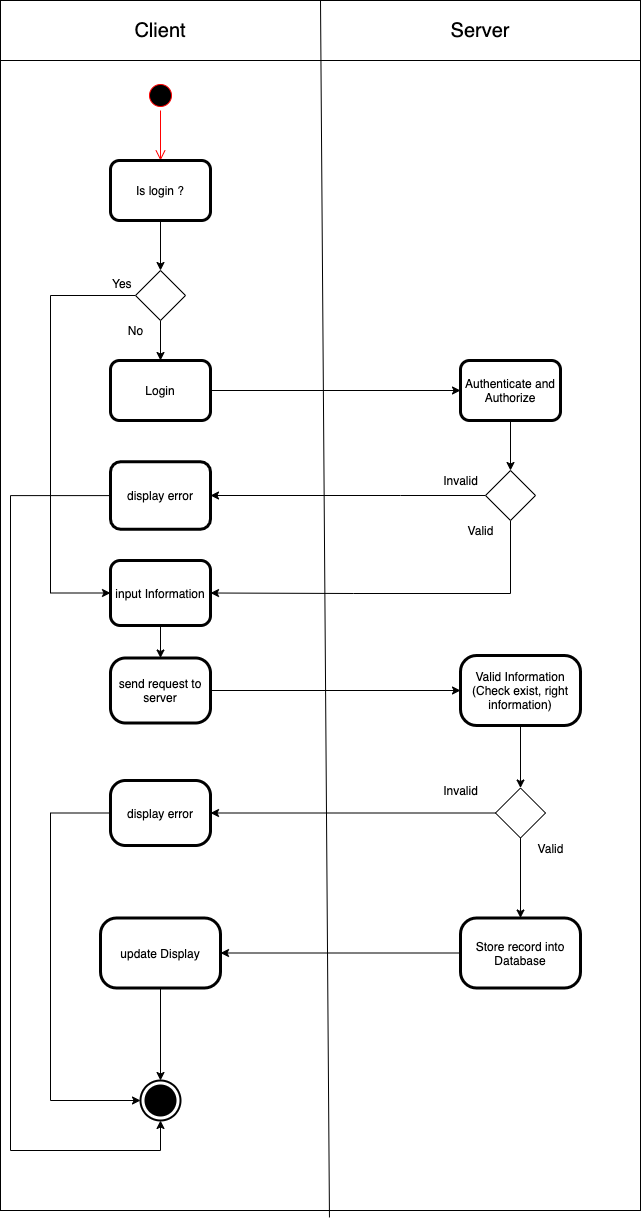
The draw.io diagram org_chart_activity_create.png in 1552134/org_chart_diagram, before a commit. Source tidied: cells renumbered, new cells last; positions are measured from the earlier drawing's top-left corner, leaving out a move shared by most shapes. Its diagram source:
```xml
<mxGraphModel>
  <root>
    <mxCell id="0" />
    <mxCell id="1" parent="0" />
    <mxCell id="2" style="html=1;dashed=0;whitespace=wrap;" parent="1" vertex="1">
      <mxGeometry y="60" width="640" height="1150" as="geometry" />
    </mxCell>
    <mxCell id="3" style="ellipse;html=1;shape=startState;fillColor=#000000;strokeColor=#ff0000;" parent="1" vertex="1">
      <mxGeometry x="145" y="80" width="30" height="30" as="geometry" />
    </mxCell>
    <mxCell id="4" style="edgeStyle=orthogonalEdgeStyle;html=1;verticalAlign=bottom;endArrow=open;endSize=8;strokeColor=#ff0000;entryX=0.5;entryY=0;entryDx=0;entryDy=0;" parent="1" edge="1" source="3" target="6">
      <mxGeometry relative="1" as="geometry" />
    </mxCell>
    <mxCell id="5" style="edgeStyle=orthogonalEdgeStyle;rounded=0;jettySize=auto;html=1;entryX=0.5;entryY=0;entryDx=0;entryDy=0;" parent="1" edge="1" source="6" target="11">
      <mxGeometry relative="1" as="geometry" />
    </mxCell>
    <mxCell id="6" value="Is login ?" style="shape=ext;rounded=1;html=1;whiteSpace=wrap;strokeWidth=3;" parent="1" vertex="1">
      <mxGeometry x="110" y="160" width="100" height="60" as="geometry" />
    </mxCell>
    <mxCell id="7" style="edgeStyle=orthogonalEdgeStyle;rounded=0;jettySize=auto;html=1;entryX=0.5;entryY=1;entryDx=0;entryDy=0;entryPerimeter=0;" parent="1" edge="1" source="8" target="32">
      <mxGeometry relative="1" as="geometry">
        <Array as="points">
          <mxPoint x="10" y="495" />
          <mxPoint x="10" y="1150" />
          <mxPoint x="160" y="1150" />
        </Array>
      </mxGeometry>
    </mxCell>
    <mxCell id="8" value="display error" style="shape=ext;rounded=1;html=1;whiteSpace=wrap;strokeWidth=3;" parent="1" vertex="1">
      <mxGeometry x="110" y="461.2" width="100" height="67.5" as="geometry" />
    </mxCell>
    <mxCell id="9" style="edgeStyle=orthogonalEdgeStyle;rounded=0;jettySize=auto;html=1;entryX=0.5;entryY=0;entryDx=0;entryDy=0;" parent="1" edge="1" source="11" target="13">
      <mxGeometry relative="1" as="geometry" />
    </mxCell>
    <mxCell id="10" style="edgeStyle=orthogonalEdgeStyle;rounded=0;jettySize=auto;html=1;entryX=0;entryY=0.5;entryDx=0;entryDy=0;" parent="1" edge="1" source="11" target="31">
      <mxGeometry relative="1" as="geometry">
        <Array as="points">
          <mxPoint x="50" y="295" />
          <mxPoint x="50" y="593" />
        </Array>
      </mxGeometry>
    </mxCell>
    <mxCell id="11" style="rhombus;whiteSpace=wrap;html=1;" parent="1" vertex="1">
      <mxGeometry x="135" y="270" width="50" height="50" as="geometry" />
    </mxCell>
    <mxCell id="12" style="edgeStyle=orthogonalEdgeStyle;rounded=0;jettySize=auto;html=1;" parent="1" edge="1" source="13" target="15">
      <mxGeometry relative="1" as="geometry" />
    </mxCell>
    <mxCell id="13" value="Login" style="shape=ext;rounded=1;html=1;whiteSpace=wrap;strokeWidth=3;" parent="1" vertex="1">
      <mxGeometry x="110" y="360" width="100" height="60" as="geometry" />
    </mxCell>
    <mxCell id="14" style="edgeStyle=orthogonalEdgeStyle;rounded=0;jettySize=auto;html=1;entryX=0.5;entryY=0;entryDx=0;entryDy=0;" parent="1" edge="1" source="15" target="18">
      <mxGeometry relative="1" as="geometry" />
    </mxCell>
    <mxCell id="15" value="Authenticate and Authorize" style="shape=ext;rounded=1;html=1;whiteSpace=wrap;strokeWidth=3;" parent="1" vertex="1">
      <mxGeometry x="460" y="360" width="100" height="60" as="geometry" />
    </mxCell>
    <mxCell id="16" style="edgeStyle=orthogonalEdgeStyle;rounded=0;jettySize=auto;html=1;entryX=1;entryY=0.5;entryDx=0;entryDy=0;" parent="1" edge="1" source="18" target="8">
      <mxGeometry relative="1" as="geometry">
        <Array as="points">
          <mxPoint x="400" y="495" />
          <mxPoint x="400" y="495" />
        </Array>
      </mxGeometry>
    </mxCell>
    <mxCell id="17" style="edgeStyle=orthogonalEdgeStyle;rounded=0;jettySize=auto;html=1;entryX=1;entryY=0.5;entryDx=0;entryDy=0;" parent="1" edge="1" source="18" target="31">
      <mxGeometry relative="1" as="geometry">
        <Array as="points">
          <mxPoint x="510" y="593" />
          <mxPoint x="353" y="593" />
        </Array>
      </mxGeometry>
    </mxCell>
    <mxCell id="18" style="rhombus;whiteSpace=wrap;html=1;" parent="1" vertex="1">
      <mxGeometry x="485" y="470" width="50" height="50" as="geometry" />
    </mxCell>
    <mxCell id="19" style="edgeStyle=orthogonalEdgeStyle;rounded=0;jettySize=auto;html=1;entryX=0;entryY=0.5;entryDx=0;entryDy=0;" parent="1" edge="1" source="20" target="22">
      <mxGeometry relative="1" as="geometry" />
    </mxCell>
    <mxCell id="20" value="send request to server" style="shape=ext;rounded=1;html=1;whiteSpace=wrap;strokeWidth=3;arcSize=23;" parent="1" vertex="1">
      <mxGeometry x="110" y="657.5" width="100" height="65" as="geometry" />
    </mxCell>
    <mxCell id="21" style="edgeStyle=orthogonalEdgeStyle;rounded=0;jettySize=auto;html=1;entryX=0.5;entryY=0;entryDx=0;entryDy=0;" parent="1" edge="1" source="22" target="25">
      <mxGeometry relative="1" as="geometry" />
    </mxCell>
    <mxCell id="22" value="Valid Information&lt;br&gt;(Check exist, right information)" style="shape=ext;rounded=1;html=1;whiteSpace=wrap;strokeWidth=3;arcSize=23;" parent="1" vertex="1">
      <mxGeometry x="460" y="655" width="120" height="70" as="geometry" />
    </mxCell>
    <mxCell id="23" style="edgeStyle=orthogonalEdgeStyle;rounded=0;jettySize=auto;html=1;entryX=1;entryY=0.5;entryDx=0;entryDy=0;" parent="1" edge="1" source="25" target="27">
      <mxGeometry relative="1" as="geometry" />
    </mxCell>
    <mxCell id="24" style="edgeStyle=orthogonalEdgeStyle;rounded=0;jettySize=auto;html=1;entryX=0.5;entryY=0;entryDx=0;entryDy=0;" parent="1" edge="1" source="25" target="29">
      <mxGeometry relative="1" as="geometry" />
    </mxCell>
    <mxCell id="25" style="rhombus;whiteSpace=wrap;html=1;" parent="1" vertex="1">
      <mxGeometry x="495" y="787.5" width="50" height="50" as="geometry" />
    </mxCell>
    <mxCell id="26" style="edgeStyle=orthogonalEdgeStyle;rounded=0;jettySize=auto;html=1;entryX=0;entryY=0.5;entryDx=0;entryDy=0;entryPerimeter=0;" parent="1" edge="1" source="27" target="32">
      <mxGeometry relative="1" as="geometry">
        <Array as="points">
          <mxPoint x="50" y="813" />
          <mxPoint x="50" y="1100" />
        </Array>
      </mxGeometry>
    </mxCell>
    <mxCell id="27" value="display error" style="shape=ext;rounded=1;html=1;whiteSpace=wrap;strokeWidth=3;arcSize=23;" parent="1" vertex="1">
      <mxGeometry x="110" y="780" width="100" height="65" as="geometry" />
    </mxCell>
    <mxCell id="28" style="edgeStyle=orthogonalEdgeStyle;rounded=0;jettySize=auto;html=1;entryX=1;entryY=0.5;entryDx=0;entryDy=0;" parent="1" edge="1" source="29" target="34">
      <mxGeometry relative="1" as="geometry" />
    </mxCell>
    <mxCell id="29" value="Store record into Database" style="shape=ext;rounded=1;html=1;whiteSpace=wrap;strokeWidth=3;arcSize=23;" parent="1" vertex="1">
      <mxGeometry x="460" y="917.5" width="120" height="70" as="geometry" />
    </mxCell>
    <mxCell id="30" style="edgeStyle=orthogonalEdgeStyle;rounded=0;jettySize=auto;html=1;entryX=0.5;entryY=0;entryDx=0;entryDy=0;" parent="1" edge="1" source="31" target="20">
      <mxGeometry relative="1" as="geometry" />
    </mxCell>
    <mxCell id="31" value="input Information" style="shape=ext;rounded=1;html=1;whiteSpace=wrap;strokeWidth=3;" parent="1" vertex="1">
      <mxGeometry x="110" y="560" width="100" height="65" as="geometry" />
    </mxCell>
    <mxCell id="32" style="html=1;shape=mxgraph.sysml.actFinal;strokeWidth=2;verticalLabelPosition=bottom;verticalAlignment=top;" parent="1" vertex="1">
      <mxGeometry x="140" y="1080" width="40" height="40" as="geometry" />
    </mxCell>
    <mxCell id="33" style="edgeStyle=orthogonalEdgeStyle;rounded=0;jettySize=auto;html=1;entryX=0.5;entryY=0;entryDx=0;entryDy=0;entryPerimeter=0;" parent="1" edge="1" source="34" target="32">
      <mxGeometry relative="1" as="geometry" />
    </mxCell>
    <mxCell id="34" value="update Display" style="shape=ext;rounded=1;html=1;whiteSpace=wrap;strokeWidth=3;arcSize=23;" parent="1" vertex="1">
      <mxGeometry x="100" y="917.5" width="120" height="70" as="geometry" />
    </mxCell>
    <mxCell id="35" value="Invalid" style="text;html=1;align=center;verticalAlign=middle;" parent="1" vertex="1">
      <mxGeometry x="435" y="470" width="50" height="20" as="geometry" />
    </mxCell>
    <mxCell id="36" value="Valid" style="text;html=1;align=center;verticalAlign=middle;" parent="1" vertex="1">
      <mxGeometry x="460" y="520" width="40" height="20" as="geometry" />
    </mxCell>
    <mxCell id="37" value="Valid" style="text;html=1;align=center;verticalAlign=middle;" parent="1" vertex="1">
      <mxGeometry x="530" y="837.5" width="40" height="20" as="geometry" />
    </mxCell>
    <mxCell id="38" value="Invalid" style="text;html=1;align=center;verticalAlign=middle;" parent="1" vertex="1">
      <mxGeometry x="435" y="780" width="50" height="20" as="geometry" />
    </mxCell>
    <mxCell id="39" value="No" style="text;html=1;align=center;verticalAlign=middle;" parent="1" vertex="1">
      <mxGeometry x="120" y="320" width="30" height="20" as="geometry" />
    </mxCell>
    <mxCell id="40" value="&lt;div style=&quot;text-align: center&quot;&gt;&lt;span&gt;&lt;font face=&quot;helvetica&quot;&gt;Yes&lt;/font&gt;&lt;/span&gt;&lt;/div&gt;" style="text;whiteSpace=wrap;html=1;" parent="1" vertex="1">
      <mxGeometry x="110" y="270" width="40" height="30" as="geometry" />
    </mxCell>
    <mxCell id="41" style="rounded=0;whiteSpace=wrap;html=1;" parent="1" vertex="1">
      <mxGeometry width="640" height="60" as="geometry" />
    </mxCell>
    <mxCell id="42" style="endArrow=none;html=1;entryX=0.5;entryY=0;entryDx=0;entryDy=0;exitX=0.514;exitY=1.006;exitDx=0;exitDy=0;exitPerimeter=0;" parent="1" edge="1" source="2" target="41">
      <mxGeometry relative="1" as="geometry" />
    </mxCell>
    <mxCell id="43" value="&lt;font style=&quot;font-size: 20px&quot;&gt;Client&lt;/font&gt;" style="text;html=1;strokeColor=none;fillColor=none;align=center;verticalAlign=middle;whiteSpace=wrap;rounded=0;strokeWidth=1;" parent="1" vertex="1">
      <mxGeometry x="95" y="20" width="130" height="20" as="geometry" />
    </mxCell>
    <mxCell id="44" value="&lt;font style=&quot;font-size: 20px&quot;&gt;Server&lt;/font&gt;" style="text;html=1;strokeColor=none;fillColor=none;align=center;verticalAlign=middle;whiteSpace=wrap;rounded=0;strokeWidth=1;" parent="1" vertex="1">
      <mxGeometry x="415" y="20" width="130" height="20" as="geometry" />
    </mxCell>
  </root>
</mxGraphModel>
```
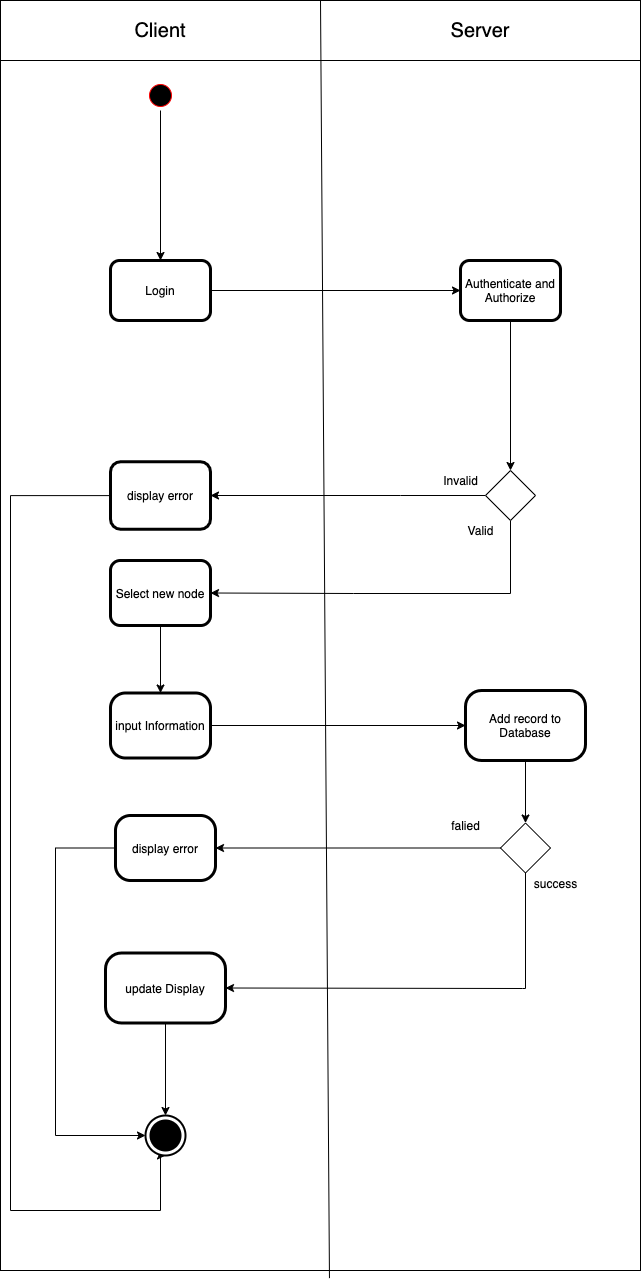
The same file after the commit.

Commit message:
org_chart_v2

The edit, as a diff of the source:
```diff
@@ -3,57 +3,38 @@
     <mxCell id="0" />
     <mxCell id="1" parent="0" />
     <mxCell id="2" style="html=1;dashed=0;whitespace=wrap;" parent="1" vertex="1">
-      <mxGeometry y="60" width="640" height="1150" as="geometry" />
+      <mxGeometry width="640" height="1270" as="geometry" />
     </mxCell>
+    <mxCell id="45" style="edgeStyle=orthogonalEdgeStyle;rounded=0;jettySize=auto;html=1;entryX=0.5;entryY=0;entryDx=0;entryDy=0;" parent="1" edge="1" source="3" target="13">
+      <mxGeometry relative="1" as="geometry" />
+    </mxCell>
     <mxCell id="3" style="ellipse;html=1;shape=startState;fillColor=#000000;strokeColor=#ff0000;" parent="1" vertex="1">
       <mxGeometry x="145" y="80" width="30" height="30" as="geometry" />
     </mxCell>
-    <mxCell id="4" style="edgeStyle=orthogonalEdgeStyle;html=1;verticalAlign=bottom;endArrow=open;endSize=8;strokeColor=#ff0000;entryX=0.5;entryY=0;entryDx=0;entryDy=0;" parent="1" edge="1" source="3" target="6">
-      <mxGeometry relative="1" as="geometry" />
-    </mxCell>
-    <mxCell id="5" style="edgeStyle=orthogonalEdgeStyle;rounded=0;jettySize=auto;html=1;entryX=0.5;entryY=0;entryDx=0;entryDy=0;" parent="1" edge="1" source="6" target="11">
-      <mxGeometry relative="1" as="geometry" />
-    </mxCell>
-    <mxCell id="6" value="Is login ?" style="shape=ext;rounded=1;html=1;whiteSpace=wrap;strokeWidth=3;" parent="1" vertex="1">
-      <mxGeometry x="110" y="160" width="100" height="60" as="geometry" />
-    </mxCell>
     <mxCell id="7" style="edgeStyle=orthogonalEdgeStyle;rounded=0;jettySize=auto;html=1;entryX=0.5;entryY=1;entryDx=0;entryDy=0;entryPerimeter=0;" parent="1" edge="1" source="8" target="32">
       <mxGeometry relative="1" as="geometry">
         <Array as="points">
           <mxPoint x="10" y="495" />
-          <mxPoint x="10" y="1150" />
-          <mxPoint x="160" y="1150" />
+          <mxPoint x="10" y="1210" />
+          <mxPoint x="160" y="1210" />
+          <mxPoint x="160" y="1155" />
         </Array>
       </mxGeometry>
     </mxCell>
     <mxCell id="8" value="display error" style="shape=ext;rounded=1;html=1;whiteSpace=wrap;strokeWidth=3;" parent="1" vertex="1">
       <mxGeometry x="110" y="461.2" width="100" height="67.5" as="geometry" />
     </mxCell>
-    <mxCell id="9" style="edgeStyle=orthogonalEdgeStyle;rounded=0;jettySize=auto;html=1;entryX=0.5;entryY=0;entryDx=0;entryDy=0;" parent="1" edge="1" source="11" target="13">
-      <mxGeometry relative="1" as="geometry" />
-    </mxCell>
-    <mxCell id="10" style="edgeStyle=orthogonalEdgeStyle;rounded=0;jettySize=auto;html=1;entryX=0;entryY=0.5;entryDx=0;entryDy=0;" parent="1" edge="1" source="11" target="31">
-      <mxGeometry relative="1" as="geometry">
-        <Array as="points">
-          <mxPoint x="50" y="295" />
-          <mxPoint x="50" y="593" />
-        </Array>
-      </mxGeometry>
-    </mxCell>
-    <mxCell id="11" style="rhombus;whiteSpace=wrap;html=1;" parent="1" vertex="1">
-      <mxGeometry x="135" y="270" width="50" height="50" as="geometry" />
-    </mxCell>
     <mxCell id="12" style="edgeStyle=orthogonalEdgeStyle;rounded=0;jettySize=auto;html=1;" parent="1" edge="1" source="13" target="15">
       <mxGeometry relative="1" as="geometry" />
     </mxCell>
     <mxCell id="13" value="Login" style="shape=ext;rounded=1;html=1;whiteSpace=wrap;strokeWidth=3;" parent="1" vertex="1">
-      <mxGeometry x="110" y="360" width="100" height="60" as="geometry" />
+      <mxGeometry x="110" y="260" width="100" height="60" as="geometry" />
     </mxCell>
     <mxCell id="14" style="edgeStyle=orthogonalEdgeStyle;rounded=0;jettySize=auto;html=1;entryX=0.5;entryY=0;entryDx=0;entryDy=0;" parent="1" edge="1" source="15" target="18">
       <mxGeometry relative="1" as="geometry" />
     </mxCell>
     <mxCell id="15" value="Authenticate and Authorize" style="shape=ext;rounded=1;html=1;whiteSpace=wrap;strokeWidth=3;" parent="1" vertex="1">
-      <mxGeometry x="460" y="360" width="100" height="60" as="geometry" />
+      <mxGeometry x="460" y="260" width="100" height="60" as="geometry" />
     </mxCell>
     <mxCell id="16" style="edgeStyle=orthogonalEdgeStyle;rounded=0;jettySize=auto;html=1;entryX=1;entryY=0.5;entryDx=0;entryDy=0;" parent="1" edge="1" source="18" target="8">
       <mxGeometry relative="1" as="geometry">
@@ -77,55 +58,54 @@
     <mxCell id="19" style="edgeStyle=orthogonalEdgeStyle;rounded=0;jettySize=auto;html=1;entryX=0;entryY=0.5;entryDx=0;entryDy=0;" parent="1" edge="1" source="20" target="22">
       <mxGeometry relative="1" as="geometry" />
     </mxCell>
-    <mxCell id="20" value="send request to server" style="shape=ext;rounded=1;html=1;whiteSpace=wrap;strokeWidth=3;arcSize=23;" parent="1" vertex="1">
-      <mxGeometry x="110" y="657.5" width="100" height="65" as="geometry" />
+    <mxCell id="20" value="input Information" style="shape=ext;rounded=1;html=1;whiteSpace=wrap;strokeWidth=3;arcSize=23;" parent="1" vertex="1">
+      <mxGeometry x="110" y="692.5" width="100" height="65" as="geometry" />
     </mxCell>
     <mxCell id="21" style="edgeStyle=orthogonalEdgeStyle;rounded=0;jettySize=auto;html=1;entryX=0.5;entryY=0;entryDx=0;entryDy=0;" parent="1" edge="1" source="22" target="25">
       <mxGeometry relative="1" as="geometry" />
     </mxCell>
-    <mxCell id="22" value="Valid Information&lt;br&gt;(Check exist, right information)" style="shape=ext;rounded=1;html=1;whiteSpace=wrap;strokeWidth=3;arcSize=23;" parent="1" vertex="1">
-      <mxGeometry x="460" y="655" width="120" height="70" as="geometry" />
+    <mxCell id="22" value="Add record to Database" style="shape=ext;rounded=1;html=1;whiteSpace=wrap;strokeWidth=3;arcSize=23;" parent="1" vertex="1">
+      <mxGeometry x="465" y="690" width="120" height="70" as="geometry" />
     </mxCell>
     <mxCell id="23" style="edgeStyle=orthogonalEdgeStyle;rounded=0;jettySize=auto;html=1;entryX=1;entryY=0.5;entryDx=0;entryDy=0;" parent="1" edge="1" source="25" target="27">
       <mxGeometry relative="1" as="geometry" />
     </mxCell>
-    <mxCell id="24" style="edgeStyle=orthogonalEdgeStyle;rounded=0;jettySize=auto;html=1;entryX=0.5;entryY=0;entryDx=0;entryDy=0;" parent="1" edge="1" source="25" target="29">
-      <mxGeometry relative="1" as="geometry" />
-    </mxCell>
     <mxCell id="25" style="rhombus;whiteSpace=wrap;html=1;" parent="1" vertex="1">
-      <mxGeometry x="495" y="787.5" width="50" height="50" as="geometry" />
+      <mxGeometry x="500" y="822.5" width="50" height="50" as="geometry" />
     </mxCell>
     <mxCell id="26" style="edgeStyle=orthogonalEdgeStyle;rounded=0;jettySize=auto;html=1;entryX=0;entryY=0.5;entryDx=0;entryDy=0;entryPerimeter=0;" parent="1" edge="1" source="27" target="32">
       <mxGeometry relative="1" as="geometry">
         <Array as="points">
-          <mxPoint x="50" y="813" />
-          <mxPoint x="50" y="1100" />
+          <mxPoint x="55" y="848" />
+          <mxPoint x="55" y="1135" />
         </Array>
       </mxGeometry>
     </mxCell>
     <mxCell id="27" value="display error" style="shape=ext;rounded=1;html=1;whiteSpace=wrap;strokeWidth=3;arcSize=23;" parent="1" vertex="1">
-      <mxGeometry x="110" y="780" width="100" height="65" as="geometry" />
+      <mxGeometry x="115" y="815" width="100" height="65" as="geometry" />
     </mxCell>
-    <mxCell id="28" style="edgeStyle=orthogonalEdgeStyle;rounded=0;jettySize=auto;html=1;entryX=1;entryY=0.5;entryDx=0;entryDy=0;" parent="1" edge="1" source="29" target="34">
-      <mxGeometry relative="1" as="geometry" />
+    <mxCell id="28" style="edgeStyle=orthogonalEdgeStyle;rounded=0;jettySize=auto;html=1;entryX=1;entryY=0.5;entryDx=0;entryDy=0;exitX=0.5;exitY=1;exitDx=0;exitDy=0;" parent="1" edge="1" source="25" target="34">
+      <mxGeometry relative="1" as="geometry">
+        <Array as="points">
+          <mxPoint x="525" y="988" />
+          <mxPoint x="522" y="988" />
+        </Array>
+      </mxGeometry>
     </mxCell>
-    <mxCell id="29" value="Store record into Database" style="shape=ext;rounded=1;html=1;whiteSpace=wrap;strokeWidth=3;arcSize=23;" parent="1" vertex="1">
-      <mxGeometry x="460" y="917.5" width="120" height="70" as="geometry" />
-    </mxCell>
     <mxCell id="30" style="edgeStyle=orthogonalEdgeStyle;rounded=0;jettySize=auto;html=1;entryX=0.5;entryY=0;entryDx=0;entryDy=0;" parent="1" edge="1" source="31" target="20">
       <mxGeometry relative="1" as="geometry" />
     </mxCell>
-    <mxCell id="31" value="input Information" style="shape=ext;rounded=1;html=1;whiteSpace=wrap;strokeWidth=3;" parent="1" vertex="1">
+    <mxCell id="31" value="Select new node" style="shape=ext;rounded=1;html=1;whiteSpace=wrap;strokeWidth=3;" parent="1" vertex="1">
       <mxGeometry x="110" y="560" width="100" height="65" as="geometry" />
     </mxCell>
     <mxCell id="32" style="html=1;shape=mxgraph.sysml.actFinal;strokeWidth=2;verticalLabelPosition=bottom;verticalAlignment=top;" parent="1" vertex="1">
-      <mxGeometry x="140" y="1080" width="40" height="40" as="geometry" />
+      <mxGeometry x="145" y="1115" width="40" height="40" as="geometry" />
     </mxCell>
     <mxCell id="33" style="edgeStyle=orthogonalEdgeStyle;rounded=0;jettySize=auto;html=1;entryX=0.5;entryY=0;entryDx=0;entryDy=0;entryPerimeter=0;" parent="1" edge="1" source="34" target="32">
       <mxGeometry relative="1" as="geometry" />
     </mxCell>
     <mxCell id="34" value="update Display" style="shape=ext;rounded=1;html=1;whiteSpace=wrap;strokeWidth=3;arcSize=23;" parent="1" vertex="1">
-      <mxGeometry x="100" y="917.5" width="120" height="70" as="geometry" />
+      <mxGeometry x="105" y="952.5" width="120" height="70" as="geometry" />
     </mxCell>
     <mxCell id="35" value="Invalid" style="text;html=1;align=center;verticalAlign=middle;" parent="1" vertex="1">
       <mxGeometry x="435" y="470" width="50" height="20" as="geometry" />
@@ -133,18 +113,12 @@
     <mxCell id="36" value="Valid" style="text;html=1;align=center;verticalAlign=middle;" parent="1" vertex="1">
       <mxGeometry x="460" y="520" width="40" height="20" as="geometry" />
     </mxCell>
-    <mxCell id="37" value="Valid" style="text;html=1;align=center;verticalAlign=middle;" parent="1" vertex="1">
-      <mxGeometry x="530" y="837.5" width="40" height="20" as="geometry" />
+    <mxCell id="37" value="success" style="text;html=1;align=center;verticalAlign=middle;" parent="1" vertex="1">
+      <mxGeometry x="525" y="872.5" width="60" height="20" as="geometry" />
     </mxCell>
-    <mxCell id="38" value="Invalid" style="text;html=1;align=center;verticalAlign=middle;" parent="1" vertex="1">
-      <mxGeometry x="435" y="780" width="50" height="20" as="geometry" />
+    <mxCell id="38" value="falied" style="text;html=1;align=center;verticalAlign=middle;" parent="1" vertex="1">
+      <mxGeometry x="445" y="815" width="40" height="20" as="geometry" />
     </mxCell>
-    <mxCell id="39" value="No" style="text;html=1;align=center;verticalAlign=middle;" parent="1" vertex="1">
-      <mxGeometry x="120" y="320" width="30" height="20" as="geometry" />
-    </mxCell>
-    <mxCell id="40" value="&lt;div style=&quot;text-align: center&quot;&gt;&lt;span&gt;&lt;font face=&quot;helvetica&quot;&gt;Yes&lt;/font&gt;&lt;/span&gt;&lt;/div&gt;" style="text;whiteSpace=wrap;html=1;" parent="1" vertex="1">
-      <mxGeometry x="110" y="270" width="40" height="30" as="geometry" />
-    </mxCell>
     <mxCell id="41" style="rounded=0;whiteSpace=wrap;html=1;" parent="1" vertex="1">
       <mxGeometry width="640" height="60" as="geometry" />
     </mxCell>
```
